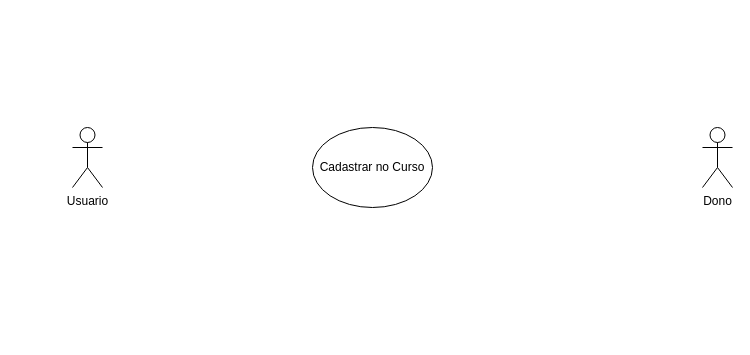
The draw.io diagram SextaTarefa.drawio in ArcanjoDaGuarda/AnjoProjetos, before the edit. Source tidied: cells renumbered, new cells numbered last; positions are measured from the earlier drawing's top-left corner, leaving out a move shared by most shapes. Both pictures are drawn from the tidied source at 100%, with x=0, y=0 at pixel (72, 127).
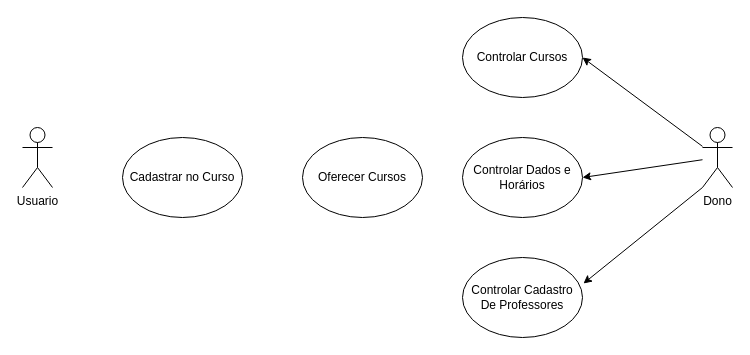
Above is the later version.

Diff of the diagram source:
```diff
@@
 <mxGraphModel>
   <root>
     <mxCell id="0" />
     <mxCell id="1" parent="0" />
     <mxCell id="2" value="Usuario&lt;br&gt;" style="shape=umlActor;verticalLabelPosition=bottom;verticalAlign=top;html=1;" parent="1" vertex="1">
-      <mxGeometry width="30" height="60" as="geometry" />
+      <mxGeometry x="-50" width="30" height="60" as="geometry" />
     </mxCell>
     <mxCell id="3" value="Cadastrar no Curso" style="ellipse;whiteSpace=wrap;html=1;" parent="1" vertex="1">
-      <mxGeometry x="240" width="120" height="80" as="geometry" />
+      <mxGeometry x="50" y="10" width="120" height="80" as="geometry" />
     </mxCell>
     <mxCell id="4" value="Dono" style="shape=umlActor;verticalLabelPosition=bottom;verticalAlign=top;html=1;outlineConnect=0;" parent="1" vertex="1">
       <mxGeometry x="630" width="30" height="60" as="geometry" />
     </mxCell>
+    <mxCell id="5" value="Controlar Cursos" style="ellipse;whiteSpace=wrap;html=1;" parent="1" vertex="1">
+      <mxGeometry x="390" y="-110" width="120" height="80" as="geometry" />
+    </mxCell>
+    <mxCell id="6" value="Controlar Cadastro De Professores" style="ellipse;whiteSpace=wrap;html=1;" parent="1" vertex="1">
+      <mxGeometry x="390" y="130" width="120" height="80" as="geometry" />
+    </mxCell>
+    <mxCell id="7" value="Controlar Dados e Horários" style="ellipse;whiteSpace=wrap;html=1;" parent="1" vertex="1">
+      <mxGeometry x="390" y="10" width="120" height="80" as="geometry" />
+    </mxCell>
+    <mxCell id="8" value="Oferecer Cursos" style="ellipse;whiteSpace=wrap;html=1;" parent="1" vertex="1">
+      <mxGeometry x="230" y="10" width="120" height="80" as="geometry" />
+    </mxCell>
+    <mxCell id="9" style="endArrow=classic;html=1;rounded=0;entryX=1;entryY=0.5;entryDx=0;entryDy=0;" parent="1" edge="1" source="4" target="5">
+      <mxGeometry relative="1" as="geometry" />
+    </mxCell>
+    <mxCell id="10" style="endArrow=classic;html=1;rounded=0;entryX=1;entryY=0.5;entryDx=0;entryDy=0;" parent="1" edge="1" source="4" target="7">
+      <mxGeometry relative="1" as="geometry" />
+    </mxCell>
+    <mxCell id="11" style="endArrow=classic;html=1;rounded=0;exitX=0;exitY=1;exitDx=0;exitDy=0;exitPerimeter=0;entryX=1.008;entryY=0.325;entryDx=0;entryDy=0;entryPerimeter=0;" parent="1" edge="1" source="4" target="6">
+      <mxGeometry relative="1" as="geometry" />
+    </mxCell>
   </root>
 </mxGraphModel>
```
